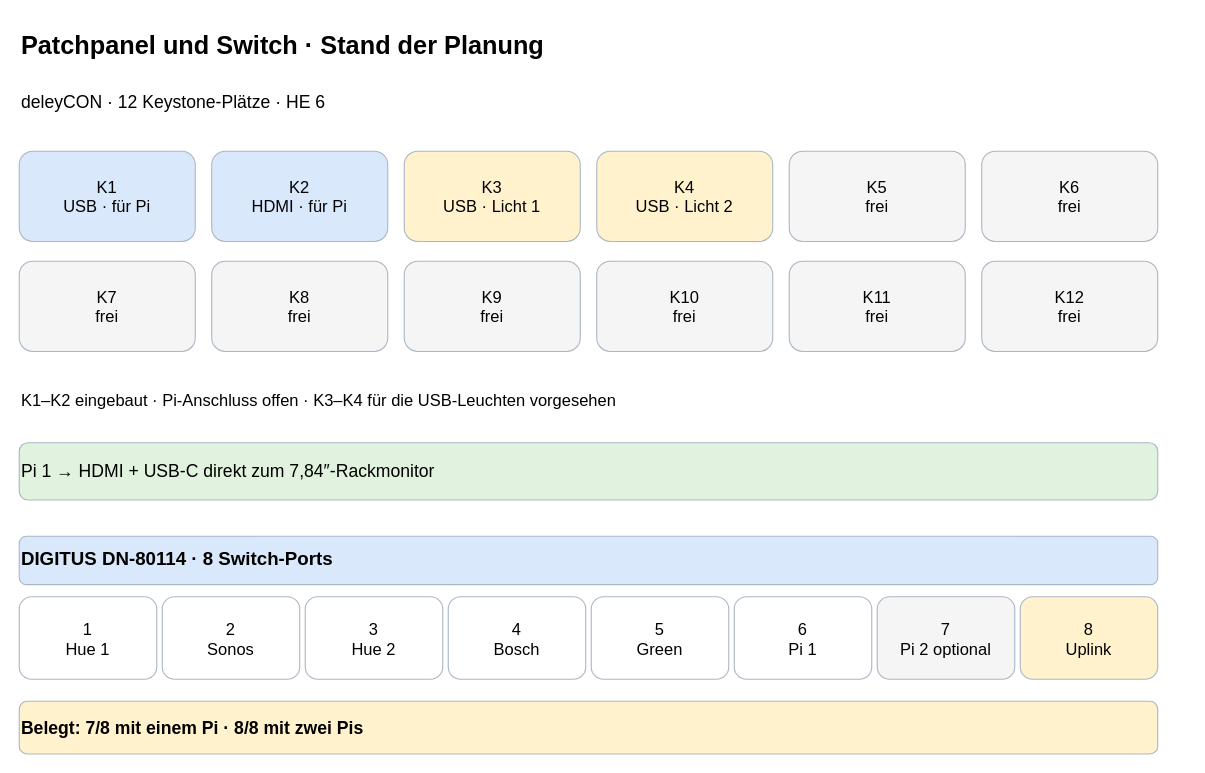
The draw.io diagram page "Switch und Patchpanel" (5 of 5) of 10-zoll-rack-planung.drawio in tiptronic/diagrams, before the edit. Source tidied: cells renumbered, new cells numbered last; positions are measured from the earlier drawing's top-left corner, leaving out a move shared by most shapes. Both pictures are drawn from the tidied source at 110%, with x=0, y=0 at pixel (19, 19).
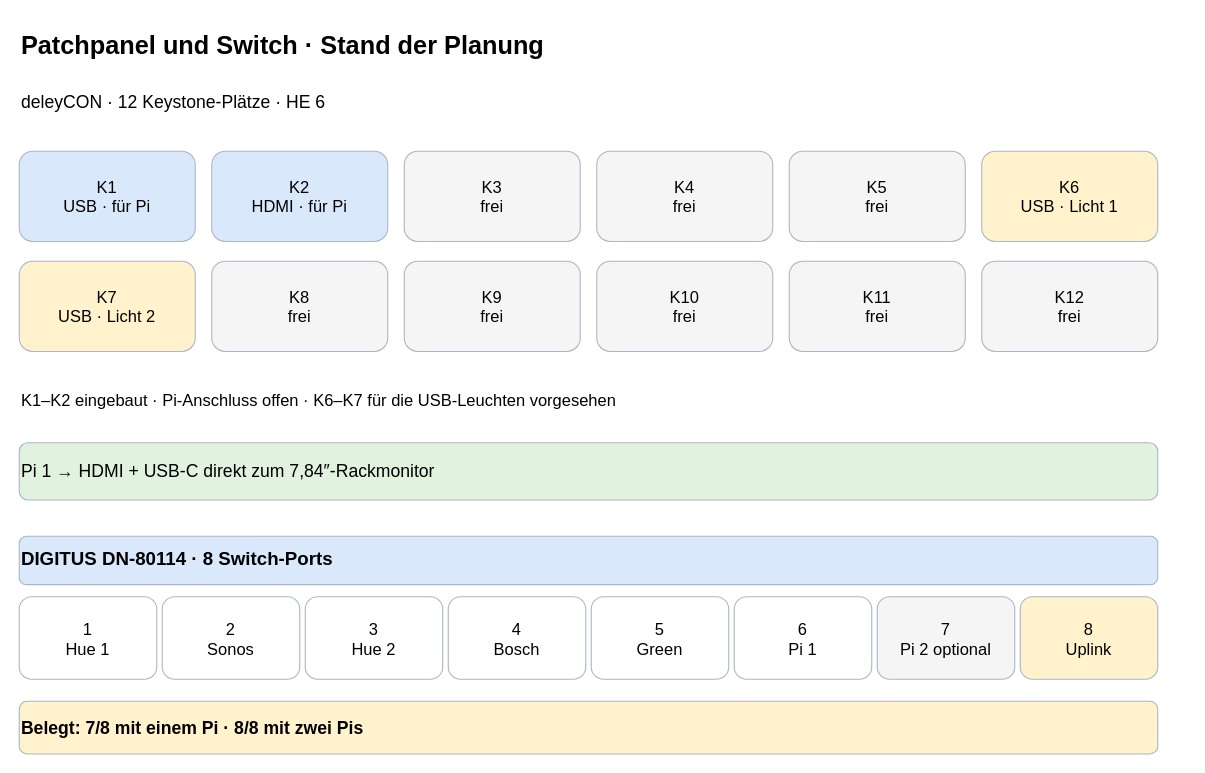
The same page after the edit.

Commit message:
Move rack light USB slots to K6 and K7

What changed in the source:
```diff
@@
-    <mxCell id="6" value="K3&#10;USB · Licht 1" style="rounded=1;whiteSpace=wrap;html=1;align=center;verticalAlign=middle;strokeWidth=1;fontSize=15;fillColor=#fff2cc;strokeColor=#aab7c4;" parent="1" vertex="1">
+    <mxCell id="6" value="K3&#10;frei" style="rounded=1;whiteSpace=wrap;html=1;align=center;verticalAlign=middle;strokeWidth=1;fontSize=15;fillColor=#f5f5f5;strokeColor=#aab7c4;" parent="1" vertex="1">
       <mxGeometry x="350" y="120" width="160" height="82" as="geometry" />
     </mxCell>
-    <mxCell id="7" value="K4&#10;USB · Licht 2" style="rounded=1;whiteSpace=wrap;html=1;align=center;verticalAlign=middle;strokeWidth=1;fontSize=15;fillColor=#fff2cc;strokeColor=#aab7c4;" parent="1" vertex="1">
+    <mxCell id="7" value="K4&#10;frei" style="rounded=1;whiteSpace=wrap;html=1;align=center;verticalAlign=middle;strokeWidth=1;fontSize=15;fillColor=#f5f5f5;strokeColor=#aab7c4;" parent="1" vertex="1">
       <mxGeometry x="525" y="120" width="160" height="82" as="geometry" />
     </mxCell>
@@
-    <mxCell id="9" value="K6&#10;frei" style="rounded=1;whiteSpace=wrap;html=1;align=center;verticalAlign=middle;strokeWidth=1;fontSize=15;fillColor=#f5f5f5;strokeColor=#aab7c4;" parent="1" vertex="1">
+    <mxCell id="9" value="K6&#10;USB · Licht 1" style="rounded=1;whiteSpace=wrap;html=1;align=center;verticalAlign=middle;strokeWidth=1;fontSize=15;fillColor=#fff2cc;strokeColor=#aab7c4;" parent="1" vertex="1">
       <mxGeometry x="875" y="120" width="160" height="82" as="geometry" />
     </mxCell>
-    <mxCell id="10" value="K7&#10;frei" style="rounded=1;whiteSpace=wrap;html=1;align=center;verticalAlign=middle;strokeWidth=1;fontSize=15;fillColor=#f5f5f5;strokeColor=#aab7c4;" parent="1" vertex="1">
+    <mxCell id="10" value="K7&#10;USB · Licht 2" style="rounded=1;whiteSpace=wrap;html=1;align=center;verticalAlign=middle;strokeWidth=1;fontSize=15;fillColor=#fff2cc;strokeColor=#aab7c4;" parent="1" vertex="1">
       <mxGeometry y="220" width="160" height="82" as="geometry" />
     </mxCell>
@@
-    <mxCell id="16" value="K1–K2 eingebaut · Pi-Anschluss offen · K3–K4 für die USB-Leuchten vorgesehen" style="rounded=1;whiteSpace=wrap;html=1;align=left;verticalAlign=middle;strokeWidth=1;fontSize=15;fillColor=#ffffff;strokeColor=#ffffff;" parent="1" vertex="1">
+    <mxCell id="16" value="K1–K2 eingebaut · Pi-Anschluss offen · K6–K7 für die USB-Leuchten vorgesehen" style="rounded=1;whiteSpace=wrap;html=1;align=left;verticalAlign=middle;strokeWidth=1;fontSize=15;fillColor=#ffffff;strokeColor=#ffffff;" parent="1" vertex="1">
       <mxGeometry y="325" width="1035" height="42" as="geometry" />
     </mxCell>
```
